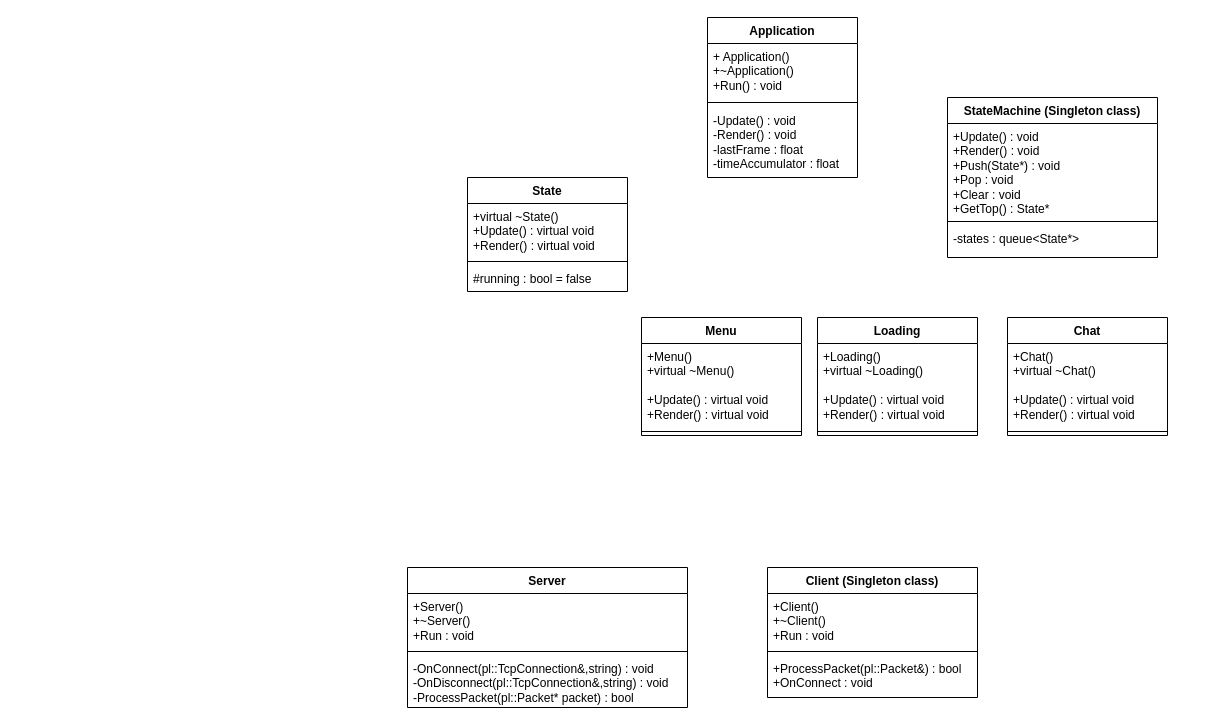
Before: Repo/diagram.drawio in Panogrodek/OpenGL-Communicator, a draw.io diagram. Source tidied: cells renumbered, new cells numbered last; positions are measured from the earlier drawing's top-left corner, leaving out a move shared by most shapes. Both pictures are drawn from the tidied source at 100%, with x=0, y=0 at pixel (407, 17).
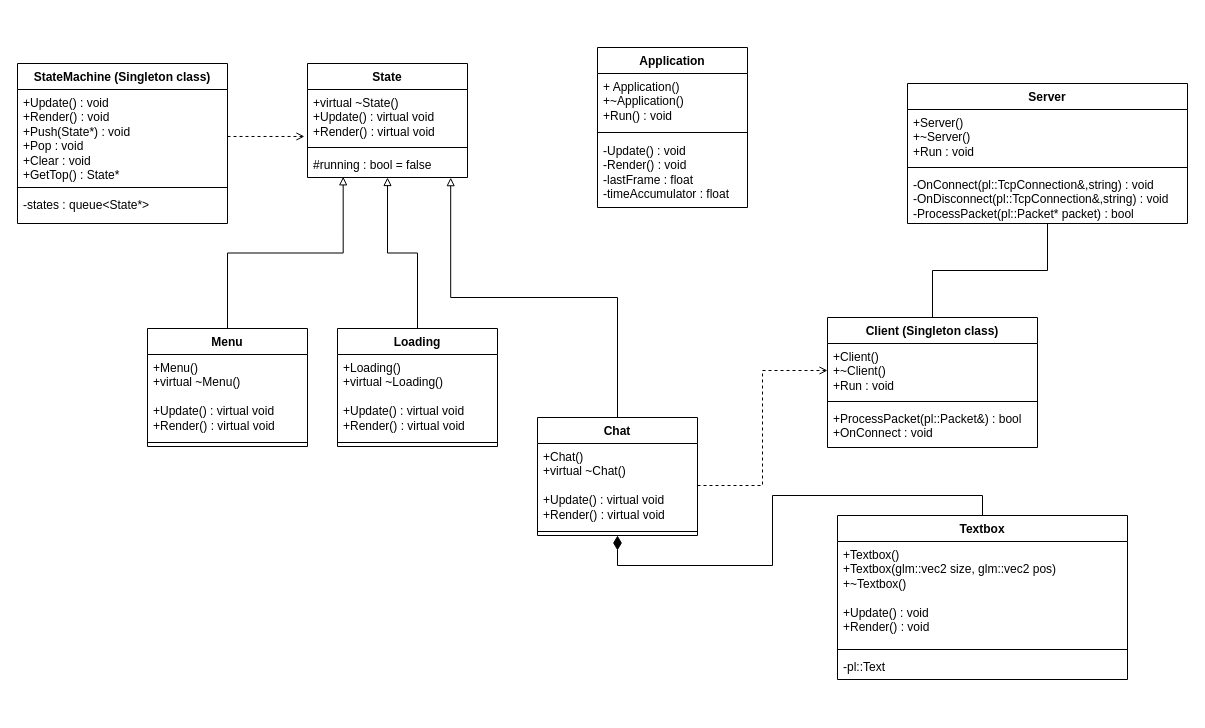
The same page after the edit.

The change refers to these unchanged cells:
```xml
<mxCell id="7" value="+Update() : void&lt;div&gt;+Render() : void&lt;/div&gt;&lt;div&gt;+Push(State*) : void&lt;/div&gt;&lt;div&gt;+Pop : void&lt;/div&gt;&lt;div&gt;+Clear : void&lt;/div&gt;&lt;div&gt;+GetTop() : State*&lt;/div&gt;" style="text;strokeColor=none;fillColor=none;align=left;verticalAlign=top;spacingLeft=4;spacingRight=4;overflow=hidden;points=[[0,0.5],[1,0.5]];portConstraint=eastwest;whiteSpace=wrap;html=1;" parent="6" vertex="1">
  <mxGeometry y="26" width="210" height="94" as="geometry" />
</mxCell>
<mxCell id="11" value="+virtual ~State()&lt;div&gt;+Update() : virtual void&lt;/div&gt;&lt;div&gt;+Render() : virtual void&lt;/div&gt;" style="text;strokeColor=none;fillColor=none;align=left;verticalAlign=top;spacingLeft=4;spacingRight=4;overflow=hidden;points=[[0,0.5],[1,0.5]];portConstraint=eastwest;whiteSpace=wrap;html=1;" parent="10" vertex="1">
  <mxGeometry y="26" width="160" height="54" as="geometry" />
</mxCell>
<mxCell id="13" value="#running : bool = false" style="text;strokeColor=none;fillColor=none;align=left;verticalAlign=top;spacingLeft=4;spacingRight=4;overflow=hidden;points=[[0,0.5],[1,0.5]];portConstraint=eastwest;whiteSpace=wrap;html=1;" parent="10" vertex="1">
  <mxGeometry y="88" width="160" height="26" as="geometry" />
</mxCell>
<mxCell id="21" value="+Chat()&lt;div&gt;+virtual ~Chat()&lt;/div&gt;&lt;div&gt;&lt;br&gt;&lt;/div&gt;&lt;div&gt;+Update() : virtual void&lt;/div&gt;&lt;div&gt;+Render() : virtual void&lt;/div&gt;" style="text;strokeColor=none;fillColor=none;align=left;verticalAlign=top;spacingLeft=4;spacingRight=4;overflow=hidden;points=[[0,0.5],[1,0.5]];portConstraint=eastwest;whiteSpace=wrap;html=1;" parent="20" vertex="1">
  <mxGeometry y="26" width="160" height="84" as="geometry" />
</mxCell>
<mxCell id="24" value="+Client()&lt;div&gt;+~Client()&lt;/div&gt;&lt;div&gt;+Run : void&lt;/div&gt;" style="text;strokeColor=none;fillColor=none;align=left;verticalAlign=top;spacingLeft=4;spacingRight=4;overflow=hidden;points=[[0,0.5],[1,0.5]];portConstraint=eastwest;whiteSpace=wrap;html=1;" parent="23" vertex="1">
  <mxGeometry y="26" width="210" height="54" as="geometry" />
</mxCell>
```

The edit, as a diff of the source:
```diff
@@
     <mxCell id="2" value="Application" style="swimlane;fontStyle=1;align=center;verticalAlign=top;horizontal=1;startSize=26;whiteSpace=wrap;html=1;" parent="1" vertex="1">
-      <mxGeometry x="300" width="150" height="160" as="geometry" />
+      <mxGeometry x="190" y="30" width="150" height="160" as="geometry" />
     </mxCell>
@@
     <mxCell id="6" value="StateMachine (Singleton class)" style="swimlane;fontStyle=1;align=center;verticalAlign=top;horizontal=1;startSize=26;whiteSpace=wrap;html=1;" parent="1" vertex="1">
-      <mxGeometry x="540" y="80" width="210" height="160" as="geometry" />
+      <mxGeometry x="-390" y="46" width="210" height="160" as="geometry" />
     </mxCell>
@@
     <mxCell id="10" value="State" style="swimlane;fontStyle=1;align=center;verticalAlign=top;horizontal=1;startSize=26;whiteSpace=wrap;html=1;" parent="1" vertex="1">
-      <mxGeometry x="60" y="160" width="160" height="114" as="geometry" />
+      <mxGeometry x="-100" y="46" width="160" height="114" as="geometry" />
     </mxCell>
@@
     <mxCell id="14" value="Menu" style="swimlane;fontStyle=1;align=center;verticalAlign=top;horizontal=1;startSize=26;whiteSpace=wrap;html=1;" parent="1" vertex="1">
-      <mxGeometry x="234" y="300" width="160" height="118" as="geometry" />
+      <mxGeometry x="-260" y="311" width="160" height="118" as="geometry" />
     </mxCell>
@@
     <mxCell id="17" value="Loading" style="swimlane;fontStyle=1;align=center;verticalAlign=top;horizontal=1;startSize=26;whiteSpace=wrap;html=1;" parent="1" vertex="1">
-      <mxGeometry x="410" y="300" width="160" height="118" as="geometry" />
+      <mxGeometry x="-70" y="311" width="160" height="118" as="geometry" />
     </mxCell>
@@
     <mxCell id="20" value="Chat" style="swimlane;fontStyle=1;align=center;verticalAlign=top;horizontal=1;startSize=26;whiteSpace=wrap;html=1;" parent="1" vertex="1">
-      <mxGeometry x="600" y="300" width="160" height="118" as="geometry" />
+      <mxGeometry x="130" y="400" width="160" height="118" as="geometry" />
     </mxCell>
@@
+    <mxCell id="31" style="edgeStyle=orthogonalEdgeStyle;rounded=0;jettySize=auto;html=1;exitX=0.5;exitY=0;exitDx=0;exitDy=0;entryX=0.5;entryY=1;entryDx=0;entryDy=0;endArrow=none;endFill=0;" parent="1" edge="1" source="23" target="27">
+      <mxGeometry relative="1" as="geometry" />
+    </mxCell>
     <mxCell id="23" value="Client (Singleton class)" style="swimlane;fontStyle=1;align=center;verticalAlign=top;horizontal=1;startSize=26;whiteSpace=wrap;html=1;" parent="1" vertex="1">
-      <mxGeometry x="360" y="550" width="210" height="130" as="geometry" />
+      <mxGeometry x="420" y="300" width="210" height="130" as="geometry" />
     </mxCell>
@@
     <mxCell id="27" value="Server" style="swimlane;fontStyle=1;align=center;verticalAlign=top;horizontal=1;startSize=26;whiteSpace=wrap;html=1;" parent="1" vertex="1">
-      <mxGeometry y="550" width="280" height="140" as="geometry" />
+      <mxGeometry x="500" y="66" width="280" height="140" as="geometry" />
     </mxCell>
@@
+    <mxCell id="32" style="edgeStyle=orthogonalEdgeStyle;rounded=0;jettySize=auto;html=1;entryX=-0.019;entryY=0.87;entryDx=0;entryDy=0;entryPerimeter=0;dashed=1;endArrow=open;endFill=0;" parent="1" edge="1" source="7" target="11">
+      <mxGeometry relative="1" as="geometry" />
+    </mxCell>
+    <mxCell id="33" style="edgeStyle=orthogonalEdgeStyle;rounded=0;jettySize=auto;html=1;exitX=0.5;exitY=0;exitDx=0;exitDy=0;entryX=0.5;entryY=1;entryDx=0;entryDy=0;entryPerimeter=0;endArrow=block;endFill=0;" parent="1" edge="1" source="17" target="13">
+      <mxGeometry relative="1" as="geometry" />
+    </mxCell>
+    <mxCell id="34" style="edgeStyle=orthogonalEdgeStyle;rounded=0;jettySize=auto;html=1;exitX=0.5;exitY=0;exitDx=0;exitDy=0;entryX=0.895;entryY=1.006;entryDx=0;entryDy=0;entryPerimeter=0;endArrow=block;endFill=0;" parent="1" edge="1" source="20" target="13">
+      <mxGeometry relative="1" as="geometry" />
+    </mxCell>
+    <mxCell id="35" style="edgeStyle=orthogonalEdgeStyle;rounded=0;jettySize=auto;html=1;exitX=0.5;exitY=0;exitDx=0;exitDy=0;entryX=0.223;entryY=0.974;entryDx=0;entryDy=0;entryPerimeter=0;endArrow=block;endFill=0;" parent="1" edge="1" source="14" target="13">
+      <mxGeometry relative="1" as="geometry" />
+    </mxCell>
+    <mxCell id="36" style="edgeStyle=orthogonalEdgeStyle;rounded=0;jettySize=auto;html=1;exitX=0.5;exitY=0;exitDx=0;exitDy=0;entryX=0.5;entryY=1;entryDx=0;entryDy=0;endArrow=diamondThin;endFill=1;startArrow=none;startFill=0;endSize=12;" parent="1" edge="1" source="37" target="20">
+      <mxGeometry relative="1" as="geometry" />
+    </mxCell>
+    <mxCell id="37" value="Textbox" style="swimlane;fontStyle=1;align=center;verticalAlign=top;horizontal=1;startSize=26;whiteSpace=wrap;html=1;" parent="1" vertex="1">
+      <mxGeometry x="430" y="498" width="290" height="164" as="geometry" />
+    </mxCell>
+    <mxCell id="38" value="+Textbox()&lt;div&gt;+Textbox(glm::vec2 size, glm::vec2 pos)&lt;/div&gt;&lt;div&gt;+~Textbox()&lt;/div&gt;&lt;div&gt;&lt;br&gt;&lt;/div&gt;&lt;div&gt;+Update() : void&lt;/div&gt;&lt;div&gt;+Render() : void&lt;/div&gt;" style="text;strokeColor=none;fillColor=none;align=left;verticalAlign=top;spacingLeft=4;spacingRight=4;overflow=hidden;whiteSpace=wrap;html=1;" parent="37" vertex="1">
+      <mxGeometry y="26" width="290" height="104" as="geometry" />
+    </mxCell>
+    <mxCell id="39" style="line;strokeWidth=1;fillColor=none;align=left;verticalAlign=middle;spacingTop=-1;spacingLeft=3;spacingRight=3;labelPosition=right;strokeColor=inherit;" parent="37" vertex="1">
+      <mxGeometry y="130" width="290" height="8" as="geometry" />
+    </mxCell>
+    <mxCell id="40" value="-pl::Text" style="text;strokeColor=none;fillColor=none;align=left;verticalAlign=top;spacingLeft=4;spacingRight=4;overflow=hidden;whiteSpace=wrap;html=1;" parent="37" vertex="1">
+      <mxGeometry y="138" width="290" height="26" as="geometry" />
+    </mxCell>
+    <mxCell id="41" style="edgeStyle=orthogonalEdgeStyle;rounded=0;jettySize=auto;html=1;exitX=1;exitY=0.5;exitDx=0;exitDy=0;entryX=0;entryY=0.5;entryDx=0;entryDy=0;dashed=1;endArrow=open;endFill=0;" parent="1" edge="1" source="21" target="24">
+      <mxGeometry relative="1" as="geometry" />
+    </mxCell>
```
